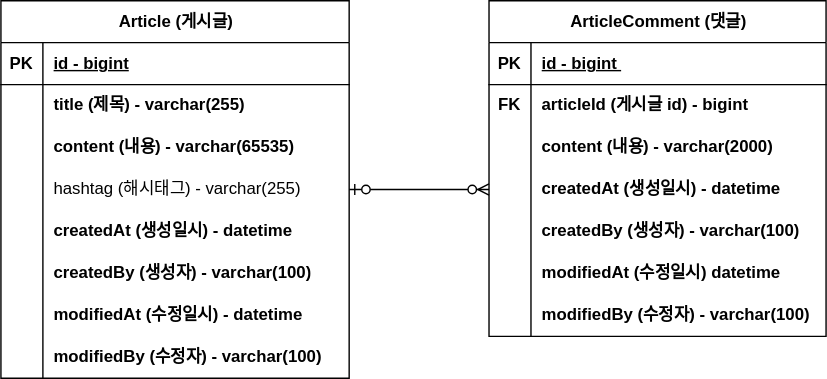
Before: document/board-project-erd.svg, a diagram exported from draw.io (jihyang1106/fastcampus-project-board). Source tidied: cells renumbered, new cells last; positions are measured from the earlier drawing's top-left corner, leaving out a move shared by most shapes.
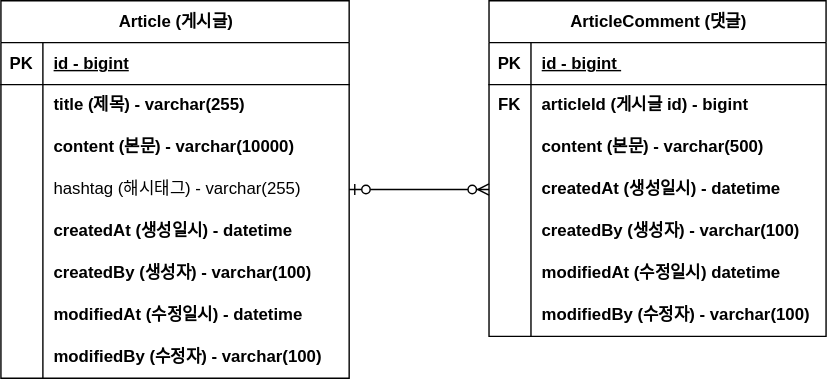
After the change.

Commit message:
#10 - erd 업데이트: content 사이즈 변경

Change to the diagram source:
```diff
@@ -29,7 +29,7 @@
     <mxCell id="10" style="shape=partialRectangle;fillColor=none;top=0;left=0;bottom=0;right=0;overflow=hidden;whiteSpace=wrap;html=1;" parent="9" vertex="1">
       <mxGeometry width="30" height="30" as="geometry" />
     </mxCell>
-    <mxCell id="11" value="content (내용) - varchar(65535)&amp;nbsp;" style="shape=partialRectangle;fillColor=none;top=0;left=0;bottom=0;right=0;align=left;spacingLeft=6;overflow=hidden;whiteSpace=wrap;html=1;fontStyle=1;" parent="9" vertex="1">
+    <mxCell id="11" value="content (본문) - varchar(10000)&amp;nbsp;" style="shape=partialRectangle;fillColor=none;top=0;left=0;bottom=0;right=0;align=left;spacingLeft=6;overflow=hidden;whiteSpace=wrap;html=1;fontStyle=1;" parent="9" vertex="1">
       <mxGeometry x="30" width="219" height="30" as="geometry" />
     </mxCell>
     <mxCell id="12" style="shape=tableRow;horizontal=0;startSize=0;swimlaneHead=0;swimlaneBody=0;fillColor=none;points=[[0,0.5],[1,0.5]];portConstraint=eastwest;top=0;left=0;right=0;bottom=0;" parent="2" vertex="1">
@@ -104,7 +104,7 @@
     <mxCell id="35" style="shape=partialRectangle;fillColor=none;top=0;left=0;bottom=0;right=0;overflow=hidden;whiteSpace=wrap;html=1;" parent="34" vertex="1">
       <mxGeometry width="30" height="30" as="geometry" />
     </mxCell>
-    <mxCell id="36" value="content (내용) - varchar(2000)" style="shape=partialRectangle;fillColor=none;top=0;left=0;bottom=0;right=0;align=left;spacingLeft=6;overflow=hidden;whiteSpace=wrap;html=1;fontStyle=1;" parent="34" vertex="1">
+    <mxCell id="36" value="content (본문) - varchar(500)" style="shape=partialRectangle;fillColor=none;top=0;left=0;bottom=0;right=0;align=left;spacingLeft=6;overflow=hidden;whiteSpace=wrap;html=1;fontStyle=1;" parent="34" vertex="1">
       <mxGeometry x="30" width="211" height="30" as="geometry" />
     </mxCell>
     <mxCell id="37" style="shape=tableRow;horizontal=0;startSize=0;swimlaneHead=0;swimlaneBody=0;fillColor=none;points=[[0,0.5],[1,0.5]];portConstraint=eastwest;top=0;left=0;right=0;bottom=0;" parent="27" vertex="1">
```
